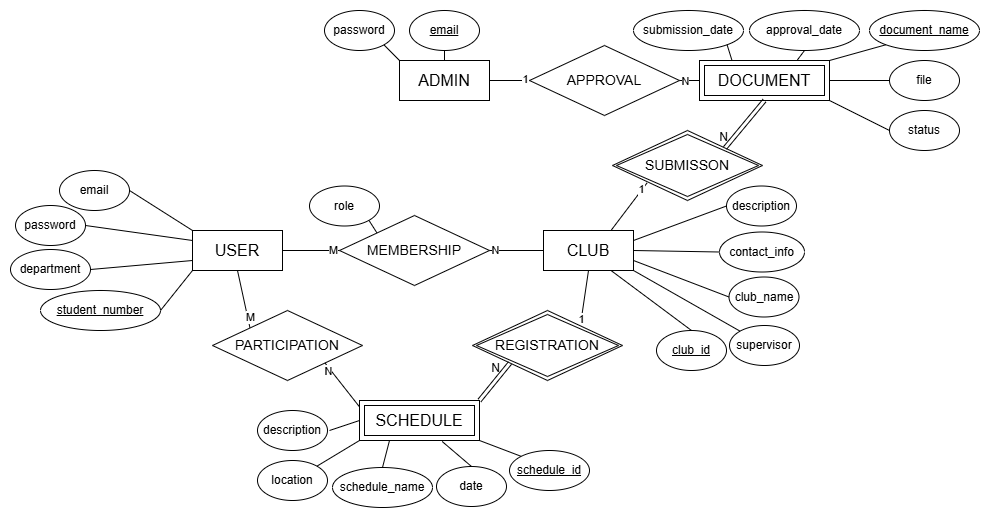
This is docs/ER-Diagram.png from jho7535/DatabaseSystem_Project, a draw.io export, as it was before one commit. Source tidied: cells renumbered, new cells last; positions are measured from the earlier drawing's top-left corner, leaving out a move shared by most shapes. Source of this version:
```xml
<mxGraphModel background="#ffffff">
  <root>
    <mxCell id="0" />
    <mxCell id="1" parent="0" />
    <mxCell id="2" value="USER" style="rounded=0;whiteSpace=wrap;html=1;fontSize=16;" parent="1" vertex="1">
      <mxGeometry x="182" y="220" width="90" height="40" as="geometry" />
    </mxCell>
    <mxCell id="3" value="CLUB" style="rounded=0;whiteSpace=wrap;html=1;fontSize=16;" parent="1" vertex="1">
      <mxGeometry x="533" y="220" width="90" height="40" as="geometry" />
    </mxCell>
    <mxCell id="4" value="ADMIN" style="rounded=0;whiteSpace=wrap;html=1;fontSize=16;" parent="1" vertex="1">
      <mxGeometry x="389" y="50" width="90" height="40" as="geometry" />
    </mxCell>
    <mxCell id="5" value="&lt;u&gt;student_number&lt;/u&gt;" style="ellipse;whiteSpace=wrap;html=1;" parent="1" vertex="1">
      <mxGeometry x="30" y="280" width="120" height="40" as="geometry" />
    </mxCell>
    <mxCell id="6" value="supervisor" style="ellipse;whiteSpace=wrap;html=1;" parent="1" vertex="1">
      <mxGeometry x="719" y="315" width="70" height="40" as="geometry" />
    </mxCell>
    <mxCell id="7" value="email" style="ellipse;whiteSpace=wrap;html=1;" parent="1" vertex="1">
      <mxGeometry x="49" y="160" width="70" height="40" as="geometry" />
    </mxCell>
    <mxCell id="8" style="rounded=0;jettySize=auto;html=1;exitX=1;exitY=1;exitDx=0;exitDy=0;endArrow=none;endFill=0;entryX=0;entryY=0;entryDx=0;entryDy=0;" parent="1" edge="1" source="9" target="29">
      <mxGeometry relative="1" as="geometry" />
    </mxCell>
    <mxCell id="9" value="role " style="ellipse;whiteSpace=wrap;html=1;" parent="1" vertex="1">
      <mxGeometry x="299" y="175.5" width="70" height="40" as="geometry" />
    </mxCell>
    <mxCell id="10" value="department" style="ellipse;whiteSpace=wrap;html=1;" parent="1" vertex="1">
      <mxGeometry y="239" width="80" height="40" as="geometry" />
    </mxCell>
    <mxCell id="11" value="password" style="ellipse;whiteSpace=wrap;html=1;" parent="1" vertex="1">
      <mxGeometry x="5" y="195" width="70" height="40" as="geometry" />
    </mxCell>
    <mxCell id="12" value="password" style="ellipse;whiteSpace=wrap;html=1;" parent="1" vertex="1">
      <mxGeometry x="314" width="70" height="40" as="geometry" />
    </mxCell>
    <mxCell id="13" value="&lt;u&gt;email&lt;/u&gt;" style="ellipse;whiteSpace=wrap;html=1;" parent="1" vertex="1">
      <mxGeometry x="399" width="70" height="40" as="geometry" />
    </mxCell>
    <mxCell id="14" value="contact_info" style="ellipse;whiteSpace=wrap;html=1;" parent="1" vertex="1">
      <mxGeometry x="709" y="221.5" width="85" height="40" as="geometry" />
    </mxCell>
    <mxCell id="15" value="description" style="ellipse;whiteSpace=wrap;html=1;" parent="1" vertex="1">
      <mxGeometry x="716" y="175.5" width="70" height="40" as="geometry" />
    </mxCell>
    <mxCell id="16" value="date" style="ellipse;whiteSpace=wrap;html=1;" parent="1" vertex="1">
      <mxGeometry x="426" y="456" width="70" height="40" as="geometry" />
    </mxCell>
    <mxCell id="17" value="description" style="ellipse;whiteSpace=wrap;html=1;" parent="1" vertex="1">
      <mxGeometry x="247" y="400" width="70" height="40" as="geometry" />
    </mxCell>
    <mxCell id="18" value="schedule_name" style="ellipse;whiteSpace=wrap;html=1;" parent="1" vertex="1">
      <mxGeometry x="322" y="457" width="100" height="40" as="geometry" />
    </mxCell>
    <mxCell id="19" value="club_name" style="ellipse;whiteSpace=wrap;html=1;" parent="1" vertex="1">
      <mxGeometry x="718.5" y="266.5" width="70" height="40" as="geometry" />
    </mxCell>
    <mxCell id="20" value="status " style="ellipse;whiteSpace=wrap;html=1;" parent="1" vertex="1">
      <mxGeometry x="879" y="100" width="70" height="40" as="geometry" />
    </mxCell>
    <mxCell id="21" value="submission_date" style="ellipse;whiteSpace=wrap;html=1;" parent="1" vertex="1">
      <mxGeometry x="623" width="110" height="40" as="geometry" />
    </mxCell>
    <mxCell id="22" value="&lt;u&gt;document_name&lt;/u&gt;" style="ellipse;whiteSpace=wrap;html=1;" parent="1" vertex="1">
      <mxGeometry x="859" width="110" height="40" as="geometry" />
    </mxCell>
    <mxCell id="23" value="location" style="ellipse;whiteSpace=wrap;html=1;" parent="1" vertex="1">
      <mxGeometry x="247" y="450" width="70" height="40" as="geometry" />
    </mxCell>
    <mxCell id="24" style="rounded=0;jettySize=auto;html=1;exitX=0;exitY=0.5;exitDx=0;exitDy=0;entryX=1;entryY=0.25;entryDx=0;entryDy=0;endArrow=none;endFill=0;" parent="1" edge="1" source="15" target="3">
      <mxGeometry relative="1" as="geometry" />
    </mxCell>
    <mxCell id="25" style="rounded=0;jettySize=auto;html=1;exitX=1;exitY=0.5;exitDx=0;exitDy=0;entryX=0;entryY=0;entryDx=0;entryDy=0;endArrow=none;endFill=0;" parent="1" edge="1" source="7" target="2">
      <mxGeometry relative="1" as="geometry" />
    </mxCell>
    <mxCell id="26" style="rounded=0;jettySize=auto;html=1;exitX=1;exitY=0.5;exitDx=0;exitDy=0;endArrow=none;endFill=0;entryX=0;entryY=0.75;entryDx=0;entryDy=0;" parent="1" edge="1" source="10" target="2">
      <mxGeometry relative="1" as="geometry" />
    </mxCell>
    <mxCell id="27" style="rounded=0;jettySize=auto;html=1;exitX=1;exitY=0.5;exitDx=0;exitDy=0;entryX=0;entryY=1;entryDx=0;entryDy=0;endArrow=none;endFill=0;" parent="1" edge="1" source="5" target="2">
      <mxGeometry relative="1" as="geometry" />
    </mxCell>
    <mxCell id="28" style="rounded=0;jettySize=auto;html=1;exitX=1;exitY=0.5;exitDx=0;exitDy=0;entryX=0;entryY=0.25;entryDx=0;entryDy=0;endArrow=none;endFill=0;" parent="1" edge="1" source="11" target="2">
      <mxGeometry relative="1" as="geometry" />
    </mxCell>
    <mxCell id="29" value="MEMBERSHIP" style="rhombus;whiteSpace=wrap;html=1;fontSize=14;" parent="1" vertex="1">
      <mxGeometry x="329" y="205" width="150" height="70" as="geometry" />
    </mxCell>
    <mxCell id="30" style="rounded=0;jettySize=auto;html=1;exitX=0;exitY=0.5;exitDx=0;exitDy=0;entryX=1;entryY=0.75;entryDx=0;entryDy=0;endArrow=none;endFill=0;" parent="1" edge="1" source="19" target="3">
      <mxGeometry relative="1" as="geometry" />
    </mxCell>
    <mxCell id="31" style="rounded=0;jettySize=auto;html=1;exitX=0.5;exitY=1;exitDx=0;exitDy=0;entryX=0;entryY=0;entryDx=0;entryDy=0;endArrow=none;endFill=0;" parent="1" edge="1" source="2" target="37">
      <mxGeometry relative="1" as="geometry" />
    </mxCell>
    <mxCell id="32" style="rounded=0;jettySize=auto;html=1;exitX=0;exitY=0.5;exitDx=0;exitDy=0;entryX=1;entryY=0.5;entryDx=0;entryDy=0;endArrow=none;endFill=0;" parent="1" edge="1" source="14" target="3">
      <mxGeometry relative="1" as="geometry" />
    </mxCell>
    <mxCell id="33" style="rounded=0;jettySize=auto;html=1;entryX=0;entryY=0.5;entryDx=0;entryDy=0;endArrow=none;endFill=0;" parent="1" edge="1" target="60">
      <mxGeometry relative="1" as="geometry">
        <mxPoint x="319" y="420" as="sourcePoint" />
      </mxGeometry>
    </mxCell>
    <mxCell id="34" style="rounded=0;jettySize=auto;html=1;exitX=0.5;exitY=0;exitDx=0;exitDy=0;entryX=0.689;entryY=1.025;entryDx=0;entryDy=0;endArrow=none;endFill=0;entryPerimeter=0;" parent="1" edge="1" source="16" target="60">
      <mxGeometry relative="1" as="geometry" />
    </mxCell>
    <mxCell id="35" style="rounded=0;jettySize=auto;html=1;exitX=1;exitY=0;exitDx=0;exitDy=0;entryX=0;entryY=1;entryDx=0;entryDy=0;endArrow=none;endFill=0;" parent="1" edge="1" source="23" target="60">
      <mxGeometry relative="1" as="geometry" />
    </mxCell>
    <mxCell id="36" style="rounded=0;jettySize=auto;html=1;exitX=0.5;exitY=0;exitDx=0;exitDy=0;entryX=0.25;entryY=1;entryDx=0;entryDy=0;endArrow=none;endFill=0;" parent="1" edge="1" source="18" target="60">
      <mxGeometry relative="1" as="geometry" />
    </mxCell>
    <mxCell id="37" value="PARTICIPATION" style="rhombus;whiteSpace=wrap;html=1;fontSize=14;" parent="1" vertex="1">
      <mxGeometry x="202" y="300" width="150" height="70" as="geometry" />
    </mxCell>
    <mxCell id="38" style="rounded=0;jettySize=auto;html=1;exitX=0;exitY=0.25;exitDx=0;exitDy=0;entryX=1;entryY=1;entryDx=0;entryDy=0;endArrow=none;endFill=0;" parent="1" edge="1" target="37">
      <mxGeometry relative="1" as="geometry">
        <mxPoint x="349.5" y="397" as="sourcePoint" />
      </mxGeometry>
    </mxCell>
    <mxCell id="39" style="rounded=0;jettySize=auto;html=1;entryX=1;entryY=1;entryDx=0;entryDy=0;endArrow=none;endFill=0;exitX=0.25;exitY=0;exitDx=0;exitDy=0;" parent="1" edge="1" source="61" target="21">
      <mxGeometry relative="1" as="geometry" />
    </mxCell>
    <mxCell id="40" style="rounded=0;jettySize=auto;html=1;exitX=1;exitY=0;exitDx=0;exitDy=0;entryX=0.5;entryY=1;entryDx=0;entryDy=0;endArrow=none;endFill=0;" parent="1" edge="1" target="3">
      <mxGeometry relative="1" as="geometry">
        <mxPoint x="569.5" y="317.5" as="sourcePoint" />
      </mxGeometry>
    </mxCell>
    <mxCell id="41" style="rounded=0;jettySize=auto;html=1;exitX=1;exitY=0;exitDx=0;exitDy=0;entryX=0;entryY=1;entryDx=0;entryDy=0;endArrow=none;endFill=0;" parent="1" edge="1" source="61" target="22">
      <mxGeometry relative="1" as="geometry" />
    </mxCell>
    <mxCell id="42" style="rounded=0;jettySize=auto;html=1;exitX=0.75;exitY=0;exitDx=0;exitDy=0;entryX=0;entryY=1;entryDx=0;entryDy=0;endArrow=none;endFill=0;" parent="1" edge="1" source="3">
      <mxGeometry relative="1" as="geometry">
        <mxPoint x="636.5" y="172.5" as="targetPoint" />
      </mxGeometry>
    </mxCell>
    <mxCell id="43" style="rounded=0;jettySize=auto;html=1;exitX=1;exitY=0.5;exitDx=0;exitDy=0;entryX=0;entryY=0.5;entryDx=0;entryDy=0;endArrow=none;endFill=0;" parent="1" edge="1" source="29" target="3">
      <mxGeometry relative="1" as="geometry" />
    </mxCell>
    <mxCell id="44" style="rounded=0;jettySize=auto;html=1;exitX=1;exitY=0.5;exitDx=0;exitDy=0;entryX=0;entryY=0.5;entryDx=0;entryDy=0;endArrow=none;endFill=0;" parent="1" edge="1" source="2" target="29">
      <mxGeometry relative="1" as="geometry" />
    </mxCell>
    <mxCell id="45" style="rounded=0;jettySize=auto;html=1;exitX=0;exitY=0;exitDx=0;exitDy=0;entryX=1;entryY=1;entryDx=0;entryDy=0;endArrow=none;endFill=0;" parent="1" edge="1" source="4" target="12">
      <mxGeometry relative="1" as="geometry" />
    </mxCell>
    <mxCell id="46" style="rounded=0;jettySize=auto;html=1;entryX=0;entryY=0.5;entryDx=0;entryDy=0;endArrow=none;endFill=0;" parent="1" edge="1" target="20">
      <mxGeometry relative="1" as="geometry">
        <mxPoint x="819" y="90" as="sourcePoint" />
      </mxGeometry>
    </mxCell>
    <mxCell id="47" style="rounded=0;jettySize=auto;html=1;exitX=0.5;exitY=0;exitDx=0;exitDy=0;entryX=0.5;entryY=1;entryDx=0;entryDy=0;endArrow=none;endFill=0;" parent="1" edge="1" source="4" target="13">
      <mxGeometry relative="1" as="geometry" />
    </mxCell>
    <mxCell id="48" value="APPROVAL" style="rhombus;whiteSpace=wrap;html=1;fontSize=14;" parent="1" vertex="1">
      <mxGeometry x="519" y="35" width="150" height="70" as="geometry" />
    </mxCell>
    <mxCell id="49" style="rounded=0;jettySize=auto;html=1;exitX=1;exitY=0.5;exitDx=0;exitDy=0;entryX=0;entryY=0.5;entryDx=0;entryDy=0;endArrow=none;endFill=0;" parent="1" edge="1" source="4" target="48">
      <mxGeometry relative="1" as="geometry" />
    </mxCell>
    <mxCell id="50" style="rounded=0;jettySize=auto;html=1;exitX=0;exitY=0.5;exitDx=0;exitDy=0;entryX=1;entryY=0.5;entryDx=0;entryDy=0;endArrow=none;endFill=0;" parent="1" edge="1" target="48">
      <mxGeometry relative="1" as="geometry">
        <mxPoint x="694" y="70" as="sourcePoint" />
      </mxGeometry>
    </mxCell>
    <mxCell id="51" value="1" style="edgeLabel;html=1;align=center;verticalAlign=middle;" parent="1" vertex="1">
      <mxGeometry x="626" y="180" as="geometry">
        <mxPoint x="4" y="-2" as="offset" />
      </mxGeometry>
    </mxCell>
    <mxCell id="52" value="1" style="edgeLabel;html=1;align=center;verticalAlign=middle;" parent="1" vertex="1">
      <mxGeometry x="510" y="70" as="geometry">
        <mxPoint x="4" y="-2" as="offset" />
      </mxGeometry>
    </mxCell>
    <mxCell id="53" value="N" style="edgeLabel;html=1;align=center;verticalAlign=middle;" parent="1" vertex="1">
      <mxGeometry x="674" y="70" as="geometry" />
    </mxCell>
    <mxCell id="54" value="M" style="edgeLabel;html=1;align=center;verticalAlign=middle;" parent="1" vertex="1">
      <mxGeometry x="322" y="239" as="geometry" />
    </mxCell>
    <mxCell id="55" value="N" style="edgeLabel;html=1;align=center;verticalAlign=middle;" parent="1" vertex="1">
      <mxGeometry x="484" y="239" as="geometry" />
    </mxCell>
    <mxCell id="56" value="M" style="edgeLabel;html=1;align=center;verticalAlign=middle;" parent="1" vertex="1">
      <mxGeometry x="239" y="306.5" as="geometry" />
    </mxCell>
    <mxCell id="57" value="N" style="edgeLabel;html=1;align=center;verticalAlign=middle;" parent="1" vertex="1">
      <mxGeometry x="317" y="360" as="geometry" />
    </mxCell>
    <mxCell id="58" value="1" style="edgeLabel;html=1;align=center;verticalAlign=middle;" parent="1" vertex="1">
      <mxGeometry x="569" y="306.5" as="geometry">
        <mxPoint x="1" y="2" as="offset" />
      </mxGeometry>
    </mxCell>
    <mxCell id="59" style="rounded=0;jettySize=auto;html=1;exitX=0;exitY=0;exitDx=0;exitDy=0;entryX=1;entryY=1;entryDx=0;entryDy=0;endArrow=none;endFill=0;" parent="1" edge="1" source="6" target="3">
      <mxGeometry relative="1" as="geometry" />
    </mxCell>
    <mxCell id="60" value="&lt;span style=&quot;font-size: 16px;&quot;&gt;SCHEDULE&lt;/span&gt;" style="shape=ext;margin=3;double=1;whiteSpace=wrap;html=1;align=center;" parent="1" vertex="1">
      <mxGeometry x="349" y="390" width="120" height="40" as="geometry" />
    </mxCell>
    <mxCell id="61" value="&lt;span style=&quot;font-size: 16px;&quot;&gt;DOCUMENT&lt;/span&gt;" style="shape=ext;margin=3;double=1;whiteSpace=wrap;html=1;align=center;" parent="1" vertex="1">
      <mxGeometry x="689" y="50" width="130" height="40" as="geometry" />
    </mxCell>
    <mxCell id="62" value="&lt;u&gt;schedule_id&lt;/u&gt;" style="ellipse;whiteSpace=wrap;html=1;" parent="1" vertex="1">
      <mxGeometry x="499" y="440" width="80" height="40" as="geometry" />
    </mxCell>
    <mxCell id="63" style="rounded=0;jettySize=auto;html=1;exitX=0;exitY=0;exitDx=0;exitDy=0;entryX=1;entryY=1;entryDx=0;entryDy=0;endArrow=none;endFill=0;" parent="1" edge="1" source="62" target="60">
      <mxGeometry relative="1" as="geometry" />
    </mxCell>
    <mxCell id="64" value="&lt;span style=&quot;font-size: 14px;&quot;&gt;REGISTRATION&lt;/span&gt;" style="shape=rhombus;double=1;perimeter=rhombusPerimeter;whiteSpace=wrap;html=1;align=center;" parent="1" vertex="1">
      <mxGeometry x="462" y="300" width="150" height="70" as="geometry" />
    </mxCell>
    <mxCell id="65" value="&lt;span style=&quot;font-size: 14px;&quot;&gt;SUBMISSON&lt;/span&gt;" style="shape=rhombus;double=1;perimeter=rhombusPerimeter;whiteSpace=wrap;html=1;align=center;" parent="1" vertex="1">
      <mxGeometry x="602" y="120" width="150" height="70" as="geometry" />
    </mxCell>
    <mxCell id="66" style="shape=link;html=1;rounded=0;exitX=1;exitY=0;exitDx=0;exitDy=0;entryX=0;entryY=1;entryDx=0;entryDy=0;" parent="1" edge="1" source="60" target="64">
      <mxGeometry relative="1" as="geometry" />
    </mxCell>
    <mxCell id="67" value="N" style="html=1;whiteSpace=wrap;align=right;verticalAlign=bottom;" parent="66" vertex="1">
      <mxGeometry x="1" relative="1" as="geometry">
        <mxPoint x="-9" y="13" as="offset" />
      </mxGeometry>
    </mxCell>
    <mxCell id="68" style="shape=link;html=1;rounded=0;exitX=1;exitY=0;exitDx=0;exitDy=0;entryX=0.5;entryY=1;entryDx=0;entryDy=0;" parent="1" edge="1" source="65" target="61">
      <mxGeometry relative="1" as="geometry" />
    </mxCell>
    <mxCell id="69" value="N" style="html=1;whiteSpace=wrap;align=right;verticalAlign=bottom;" parent="68" vertex="1">
      <mxGeometry x="1" relative="1" as="geometry">
        <mxPoint x="-36" y="45" as="offset" />
      </mxGeometry>
    </mxCell>
    <mxCell id="70" value="&lt;u&gt;club_id&lt;/u&gt;" style="ellipse;whiteSpace=wrap;html=1;" parent="1" vertex="1">
      <mxGeometry x="646" y="320" width="70" height="40" as="geometry" />
    </mxCell>
    <mxCell id="71" style="rounded=0;jettySize=auto;html=1;exitX=0.5;exitY=0;exitDx=0;exitDy=0;entryX=0.75;entryY=1;entryDx=0;entryDy=0;endArrow=none;endFill=0;" parent="1" edge="1" source="70" target="3">
      <mxGeometry relative="1" as="geometry" />
    </mxCell>
    <mxCell id="72" value="approval_date" style="ellipse;whiteSpace=wrap;html=1;" parent="1" vertex="1">
      <mxGeometry x="739" width="110" height="40" as="geometry" />
    </mxCell>
    <mxCell id="73" style="rounded=0;jettySize=auto;html=1;entryX=0.5;entryY=1;entryDx=0;entryDy=0;endArrow=none;endFill=0;exitX=0.75;exitY=0;exitDx=0;exitDy=0;" parent="1" edge="1" source="61" target="72">
      <mxGeometry relative="1" as="geometry" />
    </mxCell>
    <mxCell id="74" value="file" style="ellipse;whiteSpace=wrap;html=1;" parent="1" vertex="1">
      <mxGeometry x="879" y="50" width="70" height="40" as="geometry" />
    </mxCell>
    <mxCell id="75" style="rounded=0;jettySize=auto;html=1;entryX=0;entryY=0.5;entryDx=0;entryDy=0;endArrow=none;endFill=0;" parent="1" edge="1" source="61" target="74">
      <mxGeometry relative="1" as="geometry" />
    </mxCell>
  </root>
</mxGraphModel>
```
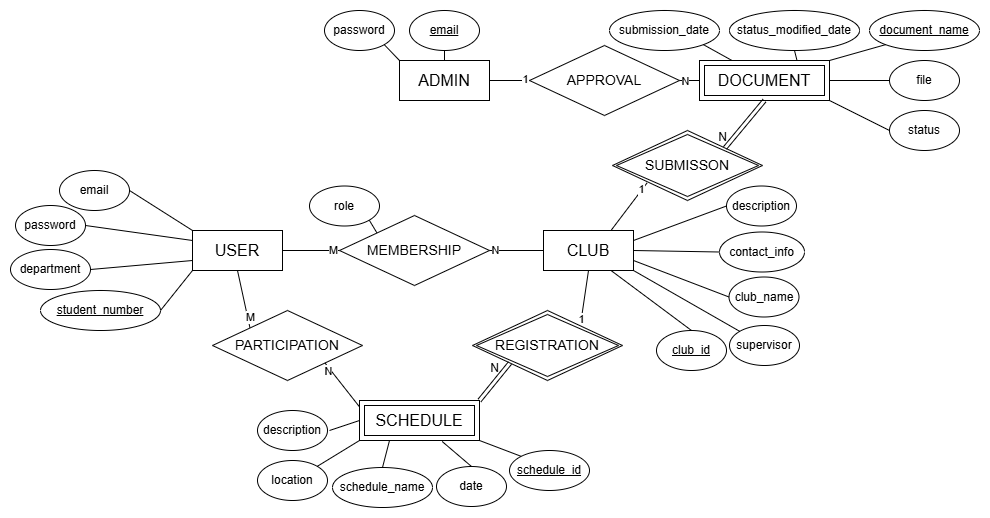
The same file after the commit.

Commit message:
docs : Modify diagram, relation schema. Add normalized relation schema.

Change to the diagram source:
```diff
@@ -60,7 +60,7 @@
       <mxGeometry x="879" y="100" width="70" height="40" as="geometry" />
     </mxCell>
     <mxCell id="21" value="submission_date" style="ellipse;whiteSpace=wrap;html=1;" parent="1" vertex="1">
-      <mxGeometry x="623" width="110" height="40" as="geometry" />
+      <mxGeometry x="599" width="110" height="40" as="geometry" />
     </mxCell>
     <mxCell id="22" value="&lt;u&gt;document_name&lt;/u&gt;" style="ellipse;whiteSpace=wrap;html=1;" parent="1" vertex="1">
       <mxGeometry x="859" width="110" height="40" as="geometry" />
@@ -234,8 +234,8 @@
     <mxCell id="71" style="rounded=0;jettySize=auto;html=1;exitX=0.5;exitY=0;exitDx=0;exitDy=0;entryX=0.75;entryY=1;entryDx=0;entryDy=0;endArrow=none;endFill=0;" parent="1" edge="1" source="70" target="3">
       <mxGeometry relative="1" as="geometry" />
     </mxCell>
-    <mxCell id="72" value="approval_date" style="ellipse;whiteSpace=wrap;html=1;" parent="1" vertex="1">
-      <mxGeometry x="739" width="110" height="40" as="geometry" />
+    <mxCell id="72" value="status_modified_date" style="ellipse;whiteSpace=wrap;html=1;" parent="1" vertex="1">
+      <mxGeometry x="719" width="130" height="40" as="geometry" />
     </mxCell>
     <mxCell id="73" style="rounded=0;jettySize=auto;html=1;entryX=0.5;entryY=1;entryDx=0;entryDy=0;endArrow=none;endFill=0;exitX=0.75;exitY=0;exitDx=0;exitDy=0;" parent="1" edge="1" source="61" target="72">
       <mxGeometry relative="1" as="geometry" />
```
